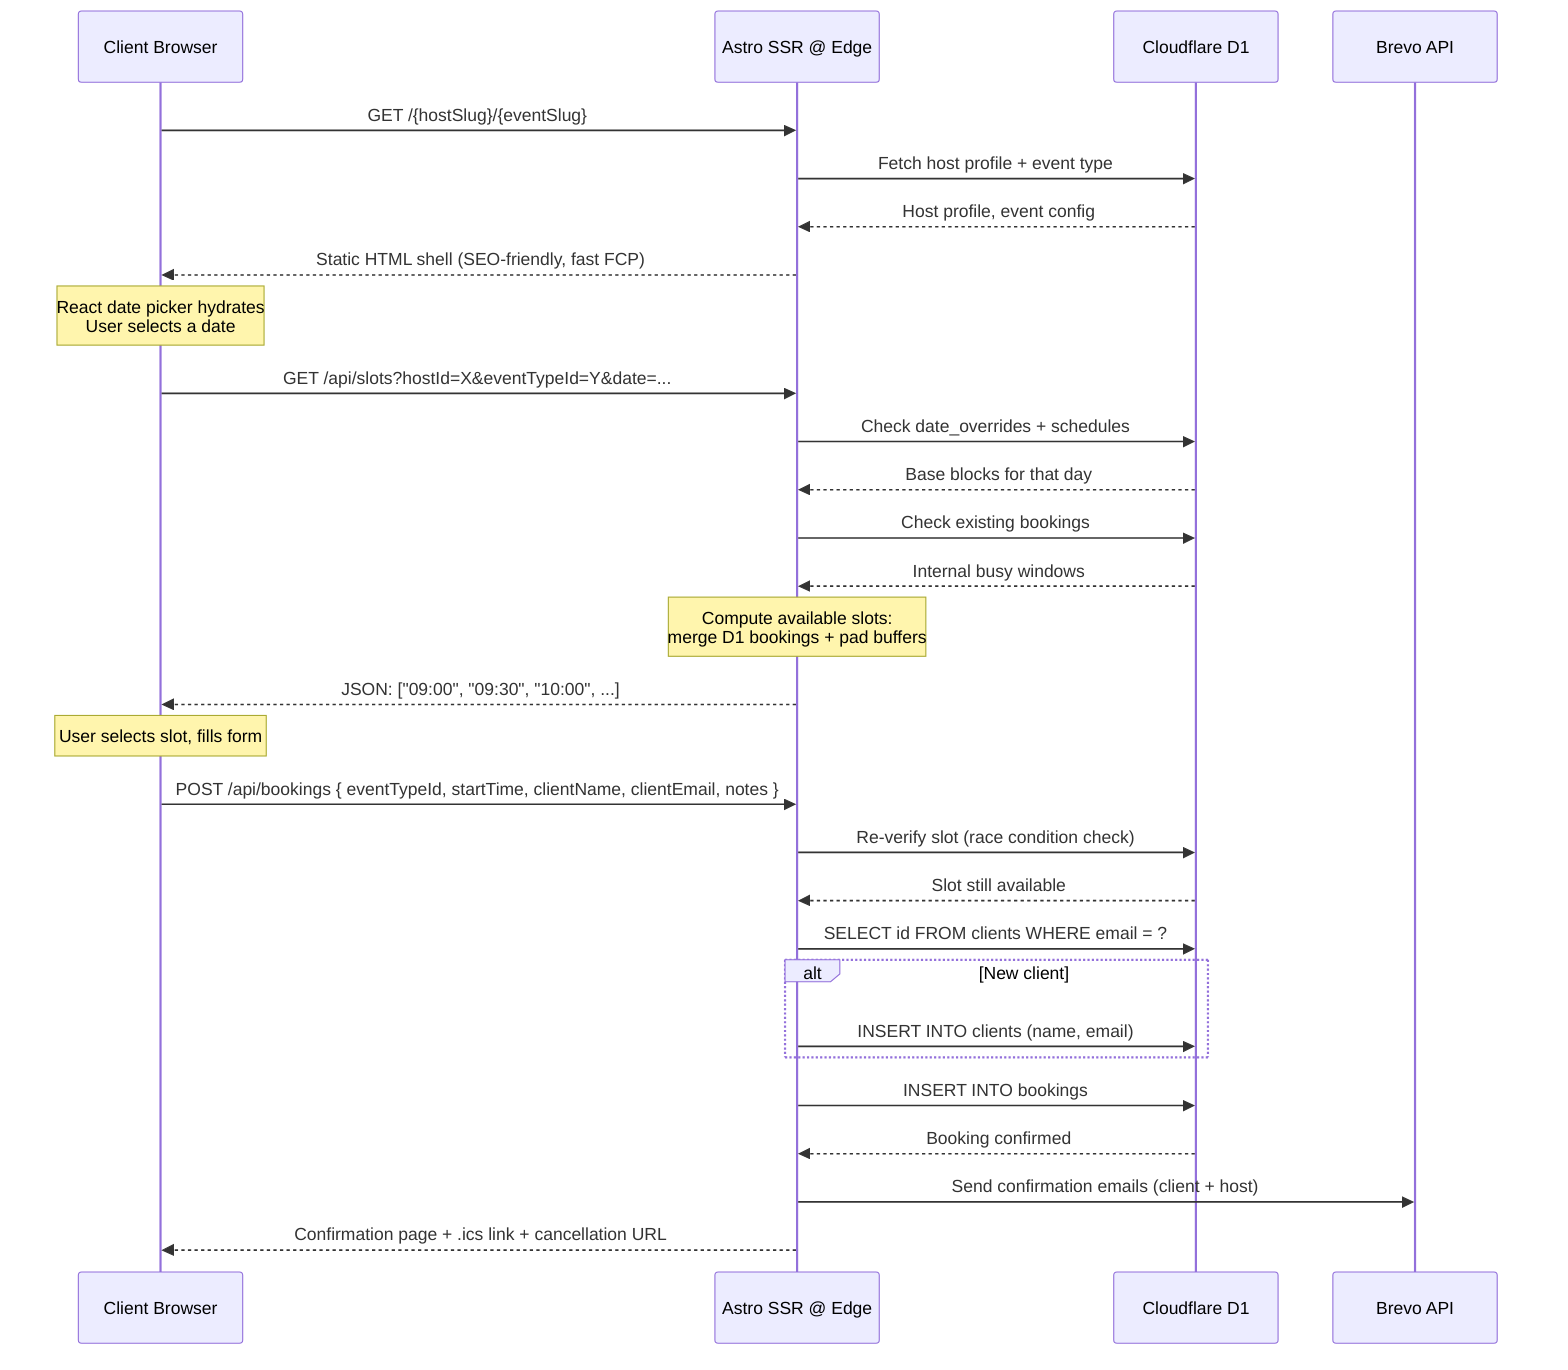
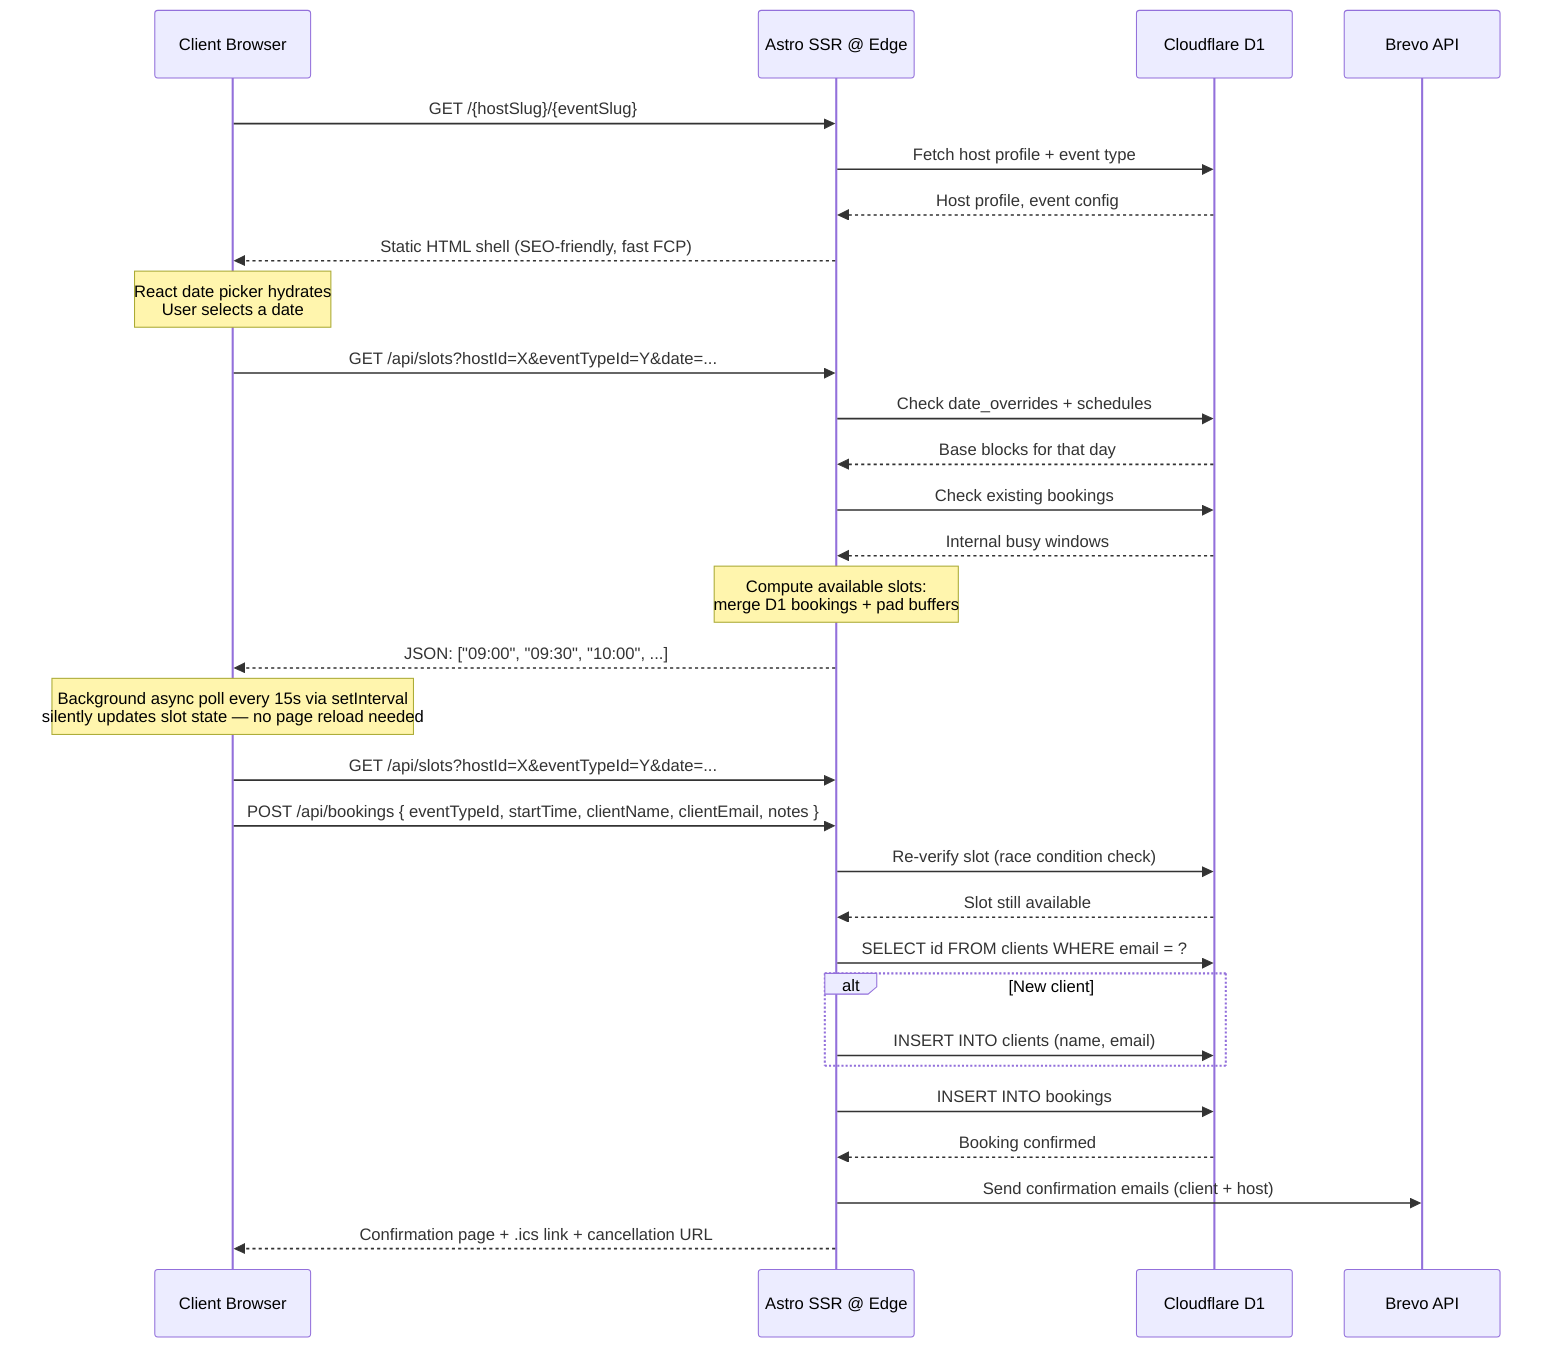
sequenceDiagram
    participant Browser as Client Browser
    participant Astro as Astro SSR @ Edge
    participant D1 as Cloudflare D1
    participant Brevo as Brevo API

    Browser->>Astro: GET /{hostSlug}/{eventSlug}
    Astro->>D1: Fetch host profile + event type
    D1-->>Astro: Host profile, event config
    Astro-->>Browser: Static HTML shell (SEO-friendly, fast FCP)

    Note over Browser: React date picker hydrates<br/>User selects a date

    Browser->>Astro: GET /api/slots?hostId=X&eventTypeId=Y&date=...

    Astro->>D1: Check date_overrides + schedules
    D1-->>Astro: Base blocks for that day

    Astro->>D1: Check existing bookings
    D1-->>Astro: Internal busy windows

    Note over Astro: Compute available slots:<br/>merge D1 bookings + pad buffers

    Astro-->>Browser: JSON: ["09:00", "09:30", "10:00", ...]

-     Note over Browser: User selects slot, fills form
+     Note over Browser: Background async poll every 15s via setInterval<br/>silently updates slot state — no page reload needed
+ 
+     Browser->>Astro: GET /api/slots?hostId=X&eventTypeId=Y&date=...

    Browser->>Astro: POST /api/bookings { eventTypeId, startTime, clientName, clientEmail, notes }

    Astro->>D1: Re-verify slot (race condition check)
    D1-->>Astro: Slot still available

    Astro->>D1: SELECT id FROM clients WHERE email = ?
    alt New client
        Astro->>D1: INSERT INTO clients (name, email)
    end

    Astro->>D1: INSERT INTO bookings
    D1-->>Astro: Booking confirmed

    Astro->>Brevo: Send confirmation emails (client + host)

    Astro-->>Browser: Confirmation page + .ics link + cancellation URL
